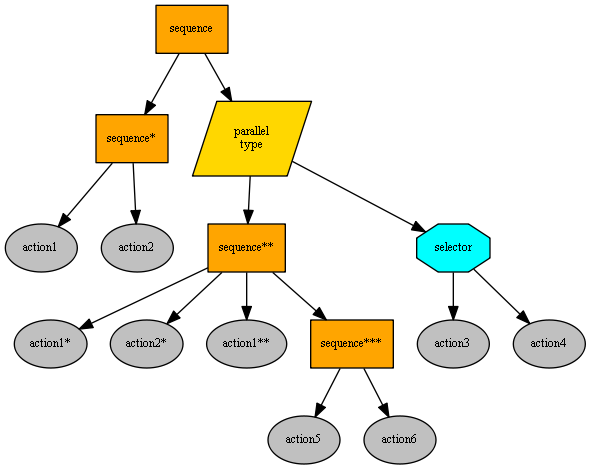
Before: primitives/task_base/Img/test2/test2.png, a diagram exported from Graphviz (changmsdn/chatGBT). Its source is kept beside it as primitives/task_base/Img/test2/test2.dot. Its diagram source:
```dot
digraph pastafarianism {
ordering=out;
graph [fontname="times-roman"];
node [fontname="times-roman"];
edge [fontname="times-roman"];
sequence [fillcolor=orange, fontcolor=black, fontsize=9, label=sequence, shape=box, style=filled];
"sequence*" [fillcolor=orange, fontcolor=black, fontsize=9, label="sequence*", shape=box, style=filled];
sequence -> "sequence*";
action1 [fillcolor=gray, fontcolor=black, fontsize=9, label=action1, shape=ellipse, style=filled];
"sequence*" -> action1;
action2 [fillcolor=gray, fontcolor=black, fontsize=9, label=action2, shape=ellipse, style=filled];
"sequence*" -> action2;
parallel [fillcolor=gold, fontcolor=black, fontsize=9, label="parallel\ntype", shape=parallelogram, style=filled];
sequence -> parallel;
"sequence**" [fillcolor=orange, fontcolor=black, fontsize=9, label="sequence**", shape=box, style=filled];
parallel -> "sequence**";
"action1*" [fillcolor=gray, fontcolor=black, fontsize=9, label="action1*", shape=ellipse, style=filled];
"sequence**" -> "action1*";
"action2*" [fillcolor=gray, fontcolor=black, fontsize=9, label="action2*", shape=ellipse, style=filled];
"sequence**" -> "action2*";
"action1**" [fillcolor=gray, fontcolor=black, fontsize=9, label="action1**", shape=ellipse, style=filled];
"sequence**" -> "action1**";
"sequence***" [fillcolor=orange, fontcolor=black, fontsize=9, label="sequence***", shape=box, style=filled];
"sequence**" -> "sequence***";
action5 [fillcolor=gray, fontcolor=black, fontsize=9, label=action5, shape=ellipse, style=filled];
"sequence***" -> action5;
action6 [fillcolor=gray, fontcolor=black, fontsize=9, label=action6, shape=ellipse, style=filled];
"sequence***" -> action6;
selector [fillcolor=cyan, fontcolor=black, fontsize=9, label=selector, shape=octagon, style=filled];
parallel -> selector;
action3 [fillcolor=gray, fontcolor=black, fontsize=9, label=action3, shape=ellipse, style=filled];
selector -> action3;
action4 [fillcolor=gray, fontcolor=black, fontsize=9, label=action4, shape=ellipse, style=filled];
selector -> action4;
}
```
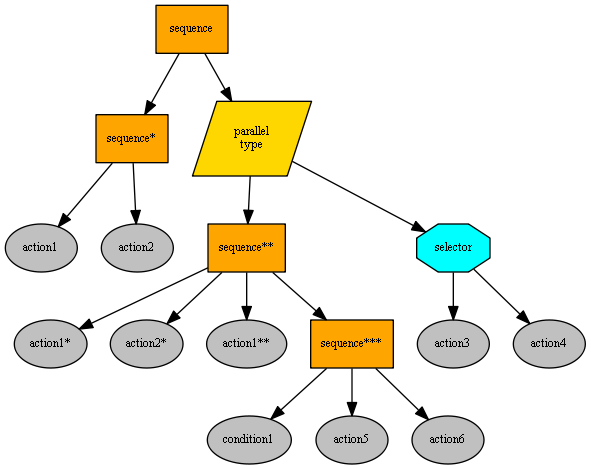
After the change.

Diff of the diagram source:
```diff
@@ -22,6 +22,8 @@
 "sequence**" -> "action1**";
 "sequence***" [fillcolor=orange, fontcolor=black, fontsize=9, label="sequence***", shape=box, style=filled];
 "sequence**" -> "sequence***";
+condition1 [fillcolor=gray, fontcolor=black, fontsize=9, label=condition1, shape=ellipse, style=filled];
+"sequence***" -> condition1;
 action5 [fillcolor=gray, fontcolor=black, fontsize=9, label=action5, shape=ellipse, style=filled];
 "sequence***" -> action5;
 action6 [fillcolor=gray, fontcolor=black, fontsize=9, label=action6, shape=ellipse, style=filled];
```
